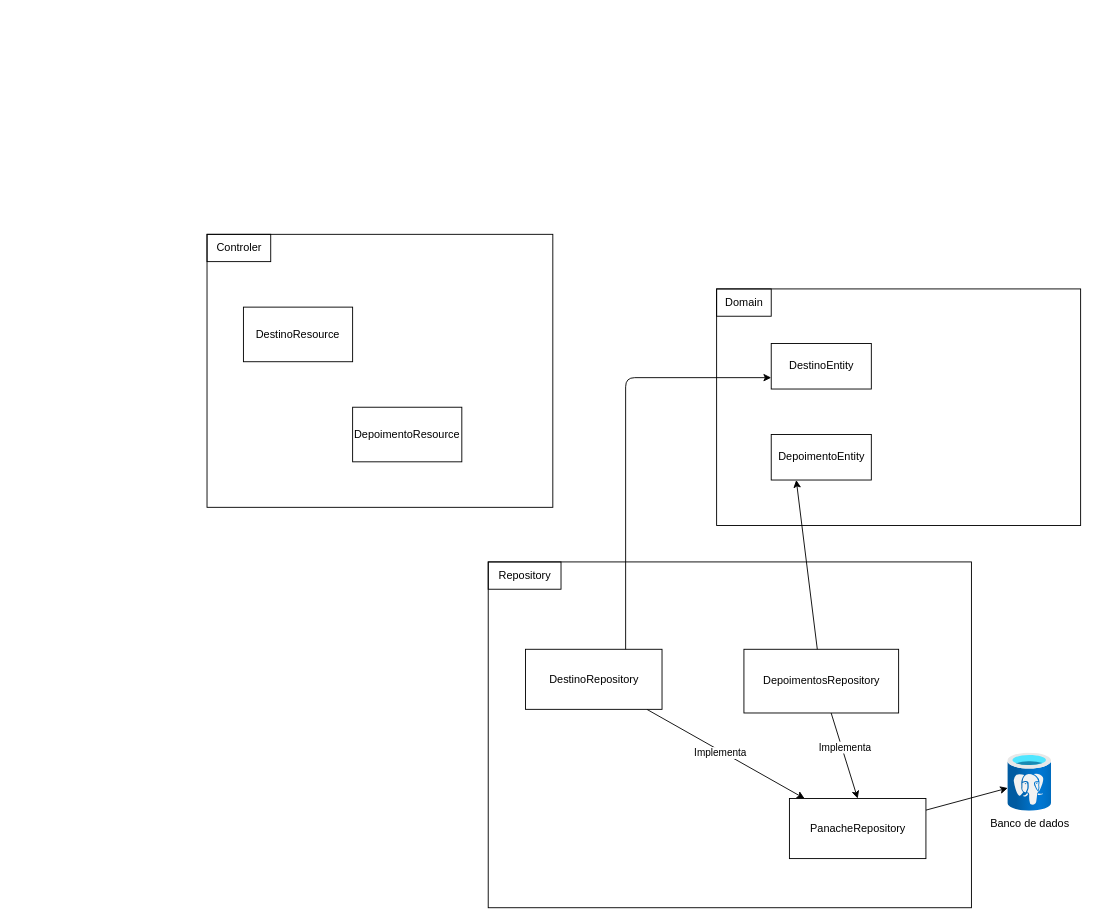
hsmiranda/Jornada-milhas keeps this draw.io diagram as doc/diagrama.drawio. Above is the earlier version. Source tidied: cells renumbered, new cells numbered last; positions are measured from the earlier drawing's top-left corner, leaving out a move shared by most shapes. Both pictures are drawn from the tidied source at 91%, with x=0, y=0 at pixel (207, 234).
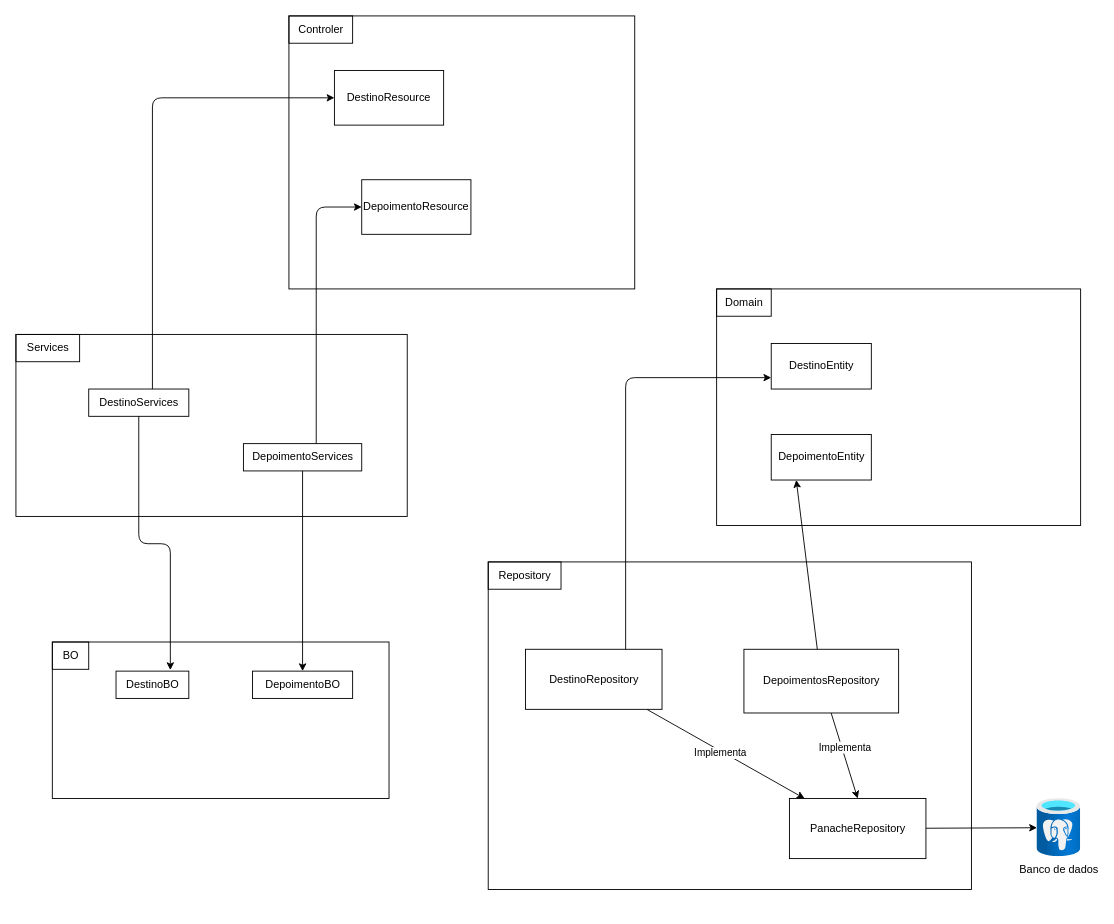
After the change.

Commit message:
Atualizando documentação

Change to the diagram source:
```diff
@@
-    <mxCell id="2" style="group;" parent="1" vertex="1">
-      <mxGeometry width="380" height="300" as="geometry" />
+    <mxCell id="2" style="group;strokeColor=default;" parent="1" vertex="1">
+      <mxGeometry x="90" y="-240" width="380" height="300" as="geometry" />
     </mxCell>
-    <mxCell id="3" style="whiteSpace=wrap;html=1;rounded=0;hachureGap=4;fontFamily=Architects Daughter;fontSize=20;" parent="2" vertex="1">
-      <mxGeometry width="380" height="300" as="geometry" />
-    </mxCell>
@@
+    <mxCell id="25" value="DepoimentoResource" style="whiteSpace=wrap;html=1;strokeColor=default;" parent="2" vertex="1">
+      <mxGeometry x="80" y="180" width="120" height="60" as="geometry" />
+    </mxCell>
+    <mxCell id="24" value="DestinoResource" style="whiteSpace=wrap;html=1;strokeColor=default;" parent="2" vertex="1">
+      <mxGeometry x="50" y="60" width="120" height="60" as="geometry" />
+    </mxCell>
-    <mxCell id="5" style="group;" parent="1" vertex="1">
-      <mxGeometry x="309" y="360" width="531" height="380" as="geometry" />
+    <mxCell id="5" style="group;strokeColor=default;" parent="1" vertex="1">
+      <mxGeometry x="309" y="360" width="531" height="360" as="geometry" />
     </mxCell>
-    <mxCell id="6" style="whiteSpace=wrap;html=1;strokeColor=default;" parent="5" vertex="1">
-      <mxGeometry width="531" height="380" as="geometry" />
-    </mxCell>
@@
     <mxCell id="8" value="Banco de dados" style="html=1;points=[];align=center;image;fontSize=12;image=img/lib/azure2/databases/Azure_Database_PostgreSQL_Server.svg;" parent="1" vertex="1">
-      <mxGeometry x="880" y="570" width="48" height="64" as="geometry" />
+      <mxGeometry x="912" y="620" width="48" height="64" as="geometry" />
     </mxCell>
@@
-    <mxCell id="17" style="group;" parent="1" vertex="1">
+    <mxCell id="17" style="group;strokeColor=default;" parent="1" vertex="1">
       <mxGeometry x="560" y="60" width="400" height="260" as="geometry" />
     </mxCell>
-    <mxCell id="18" style="whiteSpace=wrap;html=1;" parent="17" vertex="1">
-      <mxGeometry width="400" height="260" as="geometry" />
-    </mxCell>
@@
-    <mxCell id="24" value="DestinoResource" style="whiteSpace=wrap;html=1;strokeColor=default;" parent="1" vertex="1">
-      <mxGeometry x="40" y="80" width="120" height="60" as="geometry" />
-    </mxCell>
-    <mxCell id="25" value="DepoimentoResource" style="whiteSpace=wrap;html=1;strokeColor=default;" parent="1" vertex="1">
-      <mxGeometry x="160" y="190" width="120" height="60" as="geometry" />
-    </mxCell>
+    <mxCell id="26" style="group;strokeColor=default;" parent="1" vertex="1">
+      <mxGeometry x="-210" y="110" width="430" height="200" as="geometry" />
+    </mxCell>
+    <mxCell id="27" value="Services" style="text;html=1;align=center;verticalAlign=middle;strokeColor=default;fillColor=none;fontSize=12;fontFamily=Helvetica;hachureGap=4;" parent="26" vertex="1">
+      <mxGeometry width="70" height="30" as="geometry" />
+    </mxCell>
+    <mxCell id="28" value="DestinoServices" style="text;html=1;align=center;verticalAlign=middle;points=[];strokeColor=default;fillColor=none;fontSize=12;fontFamily=Helvetica;hachureGap=4;" parent="26" vertex="1">
+      <mxGeometry x="80" y="60" width="110" height="30" as="geometry" />
+    </mxCell>
+    <mxCell id="29" value="DepoimentoServices" style="text;html=1;align=center;verticalAlign=middle;points=[];strokeColor=default;fillColor=none;fontSize=12;fontFamily=Helvetica;hachureGap=4;" parent="26" vertex="1">
+      <mxGeometry x="250" y="120" width="130" height="30" as="geometry" />
+    </mxCell>
+    <mxCell id="30" style="group;" parent="1" vertex="1">
+      <mxGeometry x="-170" y="448" width="370" height="172" as="geometry" />
+    </mxCell>
+    <mxCell id="31" value="BO" style="text;html=1;align=center;verticalAlign=middle;strokeColor=default;fillColor=none;fontSize=12;fontFamily=Helvetica;hachureGap=4;" parent="30" vertex="1">
+      <mxGeometry width="40" height="30" as="geometry" />
+    </mxCell>
+    <mxCell id="32" style="whiteSpace=wrap;html=1;rounded=0;sketch=0;hachureGap=4;jiggle=2;curveFitting=1;strokeColor=default;fontFamily=Helvetica;fontSize=12;fillColor=none;" parent="30" vertex="1">
+      <mxGeometry width="370" height="172" as="geometry" />
+    </mxCell>
+    <mxCell id="33" value="DepoimentoBO" style="text;html=1;align=center;verticalAlign=middle;points=[];strokeColor=default;fillColor=none;fontSize=12;fontFamily=Helvetica;hachureGap=4;" parent="30" vertex="1">
+      <mxGeometry x="220" y="32" width="110" height="30" as="geometry" />
+    </mxCell>
+    <mxCell id="34" value="DestinoBO" style="text;html=1;align=center;verticalAlign=middle;points=[];strokeColor=default;fillColor=none;fontSize=12;fontFamily=Helvetica;hachureGap=4;" parent="30" vertex="1">
+      <mxGeometry x="70" y="32" width="80" height="30" as="geometry" />
+    </mxCell>
+    <mxCell id="35" style="edgeStyle=orthogonalEdgeStyle;rounded=1;hachureGap=4;html=1;entryX=0;entryY=0.5;entryDx=0;entryDy=0;fontFamily=Helvetica;fontSize=12;" parent="1" edge="1" source="28" target="24">
+      <mxGeometry relative="1" as="geometry">
+        <Array as="points">
+          <mxPoint x="-60" y="-150" />
+        </Array>
+      </mxGeometry>
+    </mxCell>
+    <mxCell id="36" style="edgeStyle=orthogonalEdgeStyle;rounded=1;sketch=0;hachureGap=4;jiggle=2;curveFitting=1;html=1;entryX=0;entryY=0.5;entryDx=0;entryDy=0;fontFamily=Helvetica;fontSize=12;" parent="1" edge="1" source="29" target="25">
+      <mxGeometry relative="1" as="geometry">
+        <Array as="points">
+          <mxPoint x="120" y="-30" />
+        </Array>
+      </mxGeometry>
+    </mxCell>
+    <mxCell id="37" style="edgeStyle=orthogonalEdgeStyle;rounded=1;sketch=0;hachureGap=4;jiggle=2;curveFitting=1;html=1;fontFamily=Helvetica;fontSize=12;entryX=0.746;entryY=-0.039;entryDx=0;entryDy=0;entryPerimeter=0;" parent="1" edge="1" source="28" target="34">
+      <mxGeometry relative="1" as="geometry" />
+    </mxCell>
+    <mxCell id="38" style="edgeStyle=orthogonalEdgeStyle;rounded=1;sketch=0;hachureGap=4;jiggle=2;curveFitting=1;html=1;fontFamily=Helvetica;fontSize=12;" parent="1" edge="1" source="29" target="33">
+      <mxGeometry relative="1" as="geometry" />
+    </mxCell>
```
